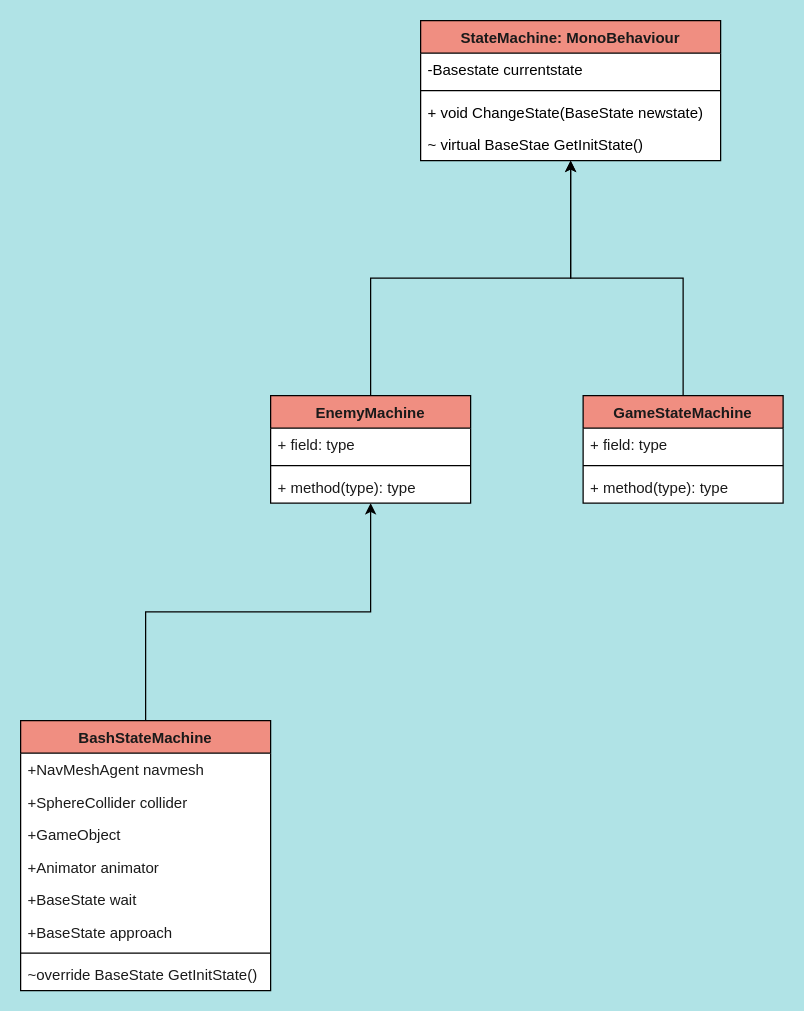
The draw.io diagram page "Machines" (4 of 4) of Boomstriction.drawio in Justice-Tei21/Unity-Scripts, before the edit. Source tidied: cells renumbered, new cells numbered last; positions are measured from the earlier drawing's top-left corner, leaving out a move shared by most shapes. Both pictures are drawn from the tidied source at 125%, with x=0, y=0 at pixel (20, 20).
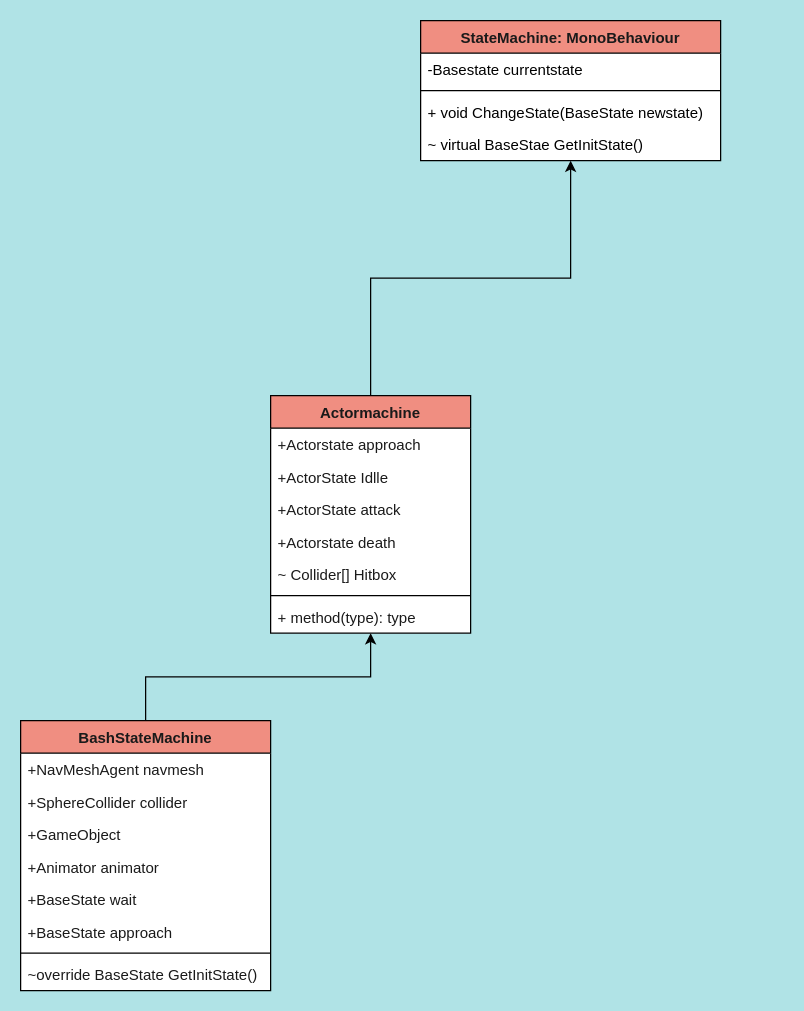
The same diagram, later.

Unchanged cells that the change refers to:
```xml
<mxCell id="17" value="StateMachine: MonoBehaviour" style="swimlane;fontStyle=1;align=center;verticalAlign=top;horizontal=1;startSize=26;fillColor=#F08E81;fontColor=#1A1A1A;rounded=0;swimlaneFillColor=default;" parent="1" vertex="1">
  <mxGeometry x="320" width="240" height="112" as="geometry" />
</mxCell>
```

The edit, as a diff of the source:
```diff
@@
-    <mxCell id="2" style="edgeStyle=orthogonalEdgeStyle;rounded=0;jettySize=auto;html=1;fontFamily=Helvetica;fontSize=12;fontColor=#1A1A1A;startSize=26;" parent="1" edge="1" source="3" target="17">
-      <mxGeometry relative="1" as="geometry" />
-    </mxCell>
-    <mxCell id="3" value="GameStateMachine" style="swimlane;fontStyle=1;align=center;verticalAlign=top;horizontal=1;startSize=26;rounded=0;strokeColor=default;fontFamily=Helvetica;fontSize=12;fontColor=#1A1A1A;fillColor=#F08E81;swimlaneFillColor=default;glass=0;fillStyle=auto;gradientColor=none;gradientDirection=north;shadow=0;swimlaneLine=1;" parent="1" vertex="1">
-      <mxGeometry x="450" y="300" width="160" height="86" as="geometry" />
-    </mxCell>
-    <mxCell id="4" value="+ field: type" style="text;strokeColor=none;fillColor=none;align=left;verticalAlign=top;spacingLeft=4;spacingRight=4;overflow=hidden;fontSize=12;fontFamily=Helvetica;fontColor=#1A1A1A;" parent="3" vertex="1">
-      <mxGeometry y="26" width="160" height="26" as="geometry" />
-    </mxCell>
-    <mxCell id="5" style="line;strokeWidth=1;fillColor=none;align=left;verticalAlign=middle;spacingTop=-1;spacingLeft=3;spacingRight=3;labelPosition=right;strokeColor=inherit;rounded=0;fontFamily=Helvetica;fontSize=12;fontColor=#1A1A1A;startSize=26;" parent="3" vertex="1">
-      <mxGeometry y="52" width="160" height="8" as="geometry" />
-    </mxCell>
-    <mxCell id="6" value="+ method(type): type" style="text;strokeColor=none;fillColor=none;align=left;verticalAlign=top;spacingLeft=4;spacingRight=4;overflow=hidden;fontSize=12;fontFamily=Helvetica;fontColor=#1A1A1A;" parent="3" vertex="1">
-      <mxGeometry y="60" width="160" height="26" as="geometry" />
-    </mxCell>
@@
-    <mxCell id="23" value="EnemyMachine" style="swimlane;fontStyle=1;align=center;verticalAlign=top;horizontal=1;startSize=26;rounded=0;strokeColor=default;fontFamily=Helvetica;fontSize=12;fontColor=#1A1A1A;fillColor=#F08E81;swimlaneFillColor=default;" parent="1" vertex="1">
-      <mxGeometry x="200" y="300" width="160" height="86" as="geometry" />
+    <mxCell id="23" value="Actormachine" style="swimlane;fontStyle=1;align=center;verticalAlign=top;horizontal=1;startSize=26;rounded=0;strokeColor=default;fontFamily=Helvetica;fontSize=12;fontColor=#1A1A1A;fillColor=#F08E81;swimlaneFillColor=default;" parent="1" vertex="1">
+      <mxGeometry x="200" y="300" width="160" height="190" as="geometry" />
     </mxCell>
-    <mxCell id="24" value="+ field: type" style="text;strokeColor=none;fillColor=none;align=left;verticalAlign=top;spacingLeft=4;spacingRight=4;overflow=hidden;fontSize=12;fontFamily=Helvetica;fontColor=#1A1A1A;" parent="23" vertex="1">
+    <mxCell id="24" value="+Actorstate approach" style="text;strokeColor=none;fillColor=none;align=left;verticalAlign=top;spacingLeft=4;spacingRight=4;overflow=hidden;fontSize=12;fontFamily=Helvetica;fontColor=#1A1A1A;" parent="23" vertex="1">
       <mxGeometry y="26" width="160" height="26" as="geometry" />
     </mxCell>
+    <mxCell id="27" value="+ActorState Idlle" style="text;strokeColor=none;fillColor=none;align=left;verticalAlign=top;spacingLeft=4;spacingRight=4;overflow=hidden;fontSize=12;fontFamily=Helvetica;fontColor=#1A1A1A;" parent="23" vertex="1">
+      <mxGeometry y="52" width="160" height="26" as="geometry" />
+    </mxCell>
+    <mxCell id="28" value="+ActorState attack" style="text;strokeColor=none;fillColor=none;align=left;verticalAlign=top;spacingLeft=4;spacingRight=4;overflow=hidden;fontSize=12;fontFamily=Helvetica;fontColor=#1A1A1A;" parent="23" vertex="1">
+      <mxGeometry y="78" width="160" height="26" as="geometry" />
+    </mxCell>
+    <mxCell id="29" value="+Actorstate death" style="text;strokeColor=none;fillColor=none;align=left;verticalAlign=top;spacingLeft=4;spacingRight=4;overflow=hidden;fontSize=12;fontFamily=Helvetica;fontColor=#1A1A1A;" parent="23" vertex="1">
+      <mxGeometry y="104" width="160" height="26" as="geometry" />
+    </mxCell>
+    <mxCell id="30" value="~ Collider[] Hitbox" style="text;strokeColor=none;fillColor=none;align=left;verticalAlign=top;spacingLeft=4;spacingRight=4;overflow=hidden;fontSize=12;fontFamily=Helvetica;fontColor=#1A1A1A;" parent="23" vertex="1">
+      <mxGeometry y="130" width="160" height="26" as="geometry" />
+    </mxCell>
     <mxCell id="25" style="line;strokeWidth=1;fillColor=none;align=left;verticalAlign=middle;spacingTop=-1;spacingLeft=3;spacingRight=3;labelPosition=right;strokeColor=inherit;rounded=0;fontFamily=Helvetica;fontSize=12;fontColor=#1A1A1A;startSize=26;" parent="23" vertex="1">
-      <mxGeometry y="52" width="160" height="8" as="geometry" />
+      <mxGeometry y="156" width="160" height="8" as="geometry" />
     </mxCell>
     <mxCell id="26" value="+ method(type): type" style="text;strokeColor=none;fillColor=none;align=left;verticalAlign=top;spacingLeft=4;spacingRight=4;overflow=hidden;fontSize=12;fontFamily=Helvetica;fontColor=#1A1A1A;" parent="23" vertex="1">
-      <mxGeometry y="60" width="160" height="26" as="geometry" />
+      <mxGeometry y="164" width="160" height="26" as="geometry" />
     </mxCell>
```
